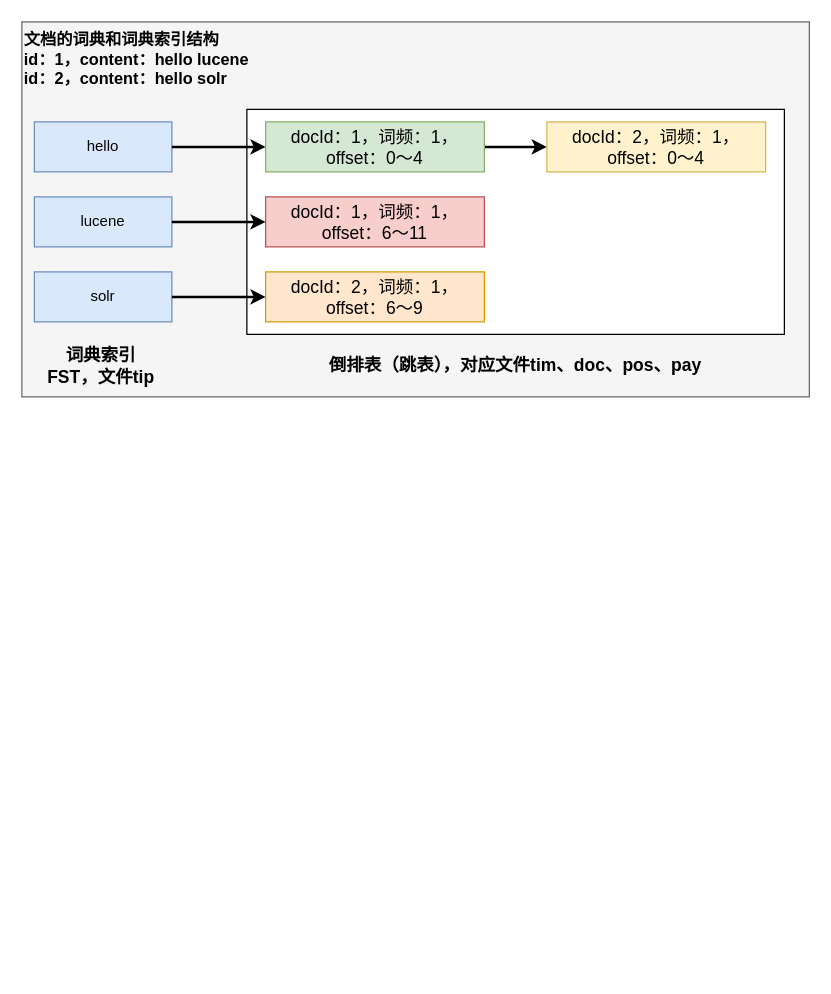
Before: Lucene.drawio in chengjungao/diagrams, a draw.io diagram. Source tidied: cells renumbered, new cells numbered last; positions are measured from the earlier drawing's top-left corner, leaving out a move shared by most shapes. Both pictures are drawn from the tidied source at 125%, with x=0, y=0 at pixel (21, 21).
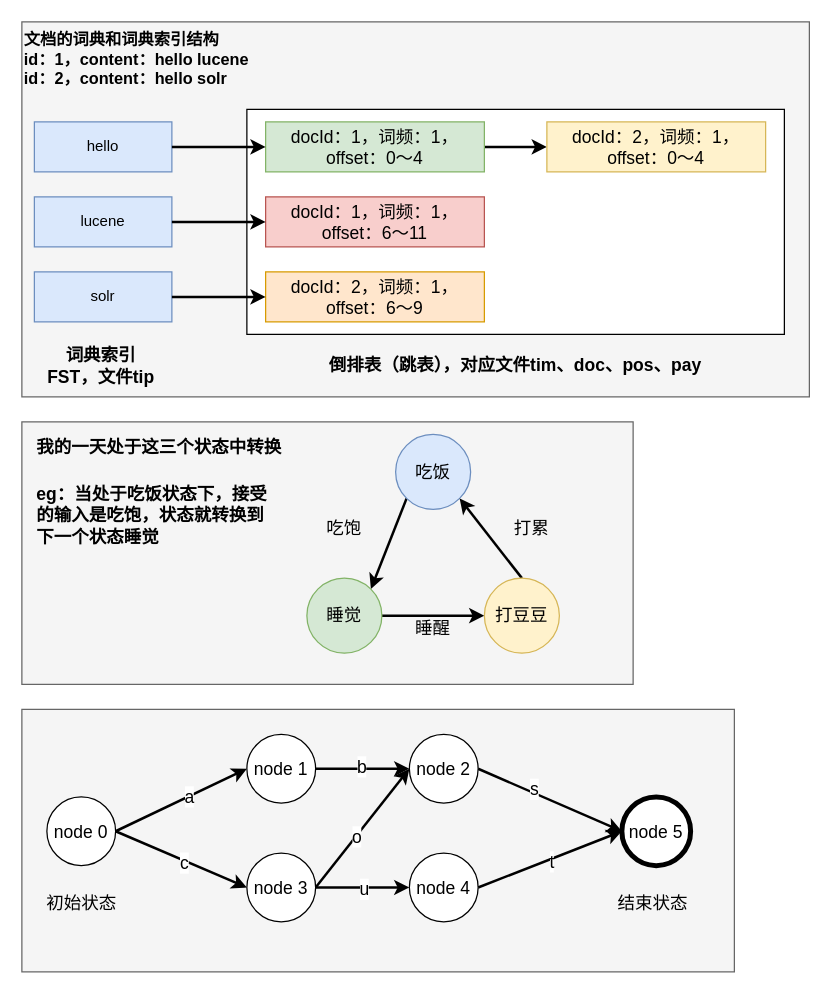
Above is the later version.

What changed in the source:
```diff
@@
+    <mxCell id="18" style="rounded=0;whiteSpace=wrap;html=1;fontSize=14;fillColor=#f5f5f5;fontColor=#333333;strokeColor=#666666;" parent="1" vertex="1">
+      <mxGeometry y="320" width="489" height="210" as="geometry" />
+    </mxCell>
@@
+    <mxCell id="19" style="rounded=0;jettySize=auto;html=1;exitX=0;exitY=1;exitDx=0;exitDy=0;entryX=1;entryY=0;entryDx=0;entryDy=0;strokeWidth=2;fontSize=14;" parent="1" edge="1" source="20" target="22">
+      <mxGeometry relative="1" as="geometry" />
+    </mxCell>
+    <mxCell id="20" value="吃饭" style="ellipse;whiteSpace=wrap;html=1;fontSize=14;fillColor=#dae8fc;strokeColor=#6c8ebf;" parent="1" vertex="1">
+      <mxGeometry x="299" y="330" width="60" height="60" as="geometry" />
+    </mxCell>
+    <mxCell id="21" style="edgeStyle=none;rounded=0;jettySize=auto;html=1;entryX=0;entryY=0.5;entryDx=0;entryDy=0;strokeWidth=2;fontSize=14;" parent="1" edge="1" source="22" target="24">
+      <mxGeometry relative="1" as="geometry" />
+    </mxCell>
+    <mxCell id="22" value="睡觉" style="ellipse;whiteSpace=wrap;html=1;fontSize=14;fillColor=#d5e8d4;strokeColor=#82b366;" parent="1" vertex="1">
+      <mxGeometry x="228" y="445" width="60" height="60" as="geometry" />
+    </mxCell>
+    <mxCell id="23" style="edgeStyle=none;rounded=0;jettySize=auto;html=1;exitX=0.5;exitY=0;exitDx=0;exitDy=0;entryX=1;entryY=1;entryDx=0;entryDy=0;strokeWidth=2;fontSize=14;" parent="1" edge="1" source="24" target="20">
+      <mxGeometry relative="1" as="geometry" />
+    </mxCell>
+    <mxCell id="24" value="打豆豆" style="ellipse;whiteSpace=wrap;html=1;fontSize=14;fillColor=#fff2cc;strokeColor=#d6b656;" parent="1" vertex="1">
+      <mxGeometry x="370" y="445" width="60" height="60" as="geometry" />
+    </mxCell>
+    <mxCell id="25" value="吃饱" style="text;html=1;strokeColor=none;fillColor=none;align=center;verticalAlign=middle;whiteSpace=wrap;rounded=0;fontSize=14;" parent="1" vertex="1">
+      <mxGeometry x="228" y="390" width="60" height="30" as="geometry" />
+    </mxCell>
+    <mxCell id="26" value="睡醒" style="text;html=1;strokeColor=none;fillColor=none;align=center;verticalAlign=middle;whiteSpace=wrap;rounded=0;fontSize=14;" parent="1" vertex="1">
+      <mxGeometry x="299" y="470" width="60" height="30" as="geometry" />
+    </mxCell>
+    <mxCell id="27" value="打累" style="text;html=1;strokeColor=none;fillColor=none;align=center;verticalAlign=middle;whiteSpace=wrap;rounded=0;fontSize=14;" parent="1" vertex="1">
+      <mxGeometry x="378" y="390" width="60" height="30" as="geometry" />
+    </mxCell>
+    <mxCell id="28" value="&lt;b&gt;我的一天处于这三个状态中转换&lt;br&gt;&lt;/b&gt;" style="text;html=1;strokeColor=none;fillColor=none;align=left;verticalAlign=middle;whiteSpace=wrap;rounded=0;fontSize=14;" parent="1" vertex="1">
+      <mxGeometry x="10" y="320" width="220" height="40" as="geometry" />
+    </mxCell>
+    <mxCell id="29" value="&lt;b style=&quot;&quot;&gt;eg：当处于吃饭状态下，接受的输入是吃饱，状态就转换到下一个状态睡觉&lt;/b&gt;" style="text;html=1;strokeColor=none;fillColor=none;align=left;verticalAlign=middle;whiteSpace=wrap;rounded=0;fontSize=14;" parent="1" vertex="1">
+      <mxGeometry x="10" y="370" width="190" height="50" as="geometry" />
+    </mxCell>
+    <mxCell id="30" style="rounded=0;whiteSpace=wrap;html=1;fontSize=14;fillColor=#f5f5f5;fontColor=#333333;strokeColor=#666666;" parent="1" vertex="1">
+      <mxGeometry y="550" width="570" height="210" as="geometry" />
+    </mxCell>
+    <mxCell id="31" style="edgeStyle=none;rounded=0;jettySize=auto;html=1;exitX=1;exitY=0.5;exitDx=0;exitDy=0;entryX=0;entryY=0.5;entryDx=0;entryDy=0;strokeWidth=2;fontSize=14;" parent="1" edge="1" source="35" target="39">
+      <mxGeometry relative="1" as="geometry" />
+    </mxCell>
+    <mxCell id="32" value="a" style="edgeLabel;html=1;align=center;verticalAlign=middle;fontSize=14;" parent="31" vertex="1">
+      <mxGeometry x="0.12" relative="1" as="geometry" />
+    </mxCell>
+    <mxCell id="33" style="edgeStyle=none;rounded=0;jettySize=auto;html=1;exitX=1;exitY=0.5;exitDx=0;exitDy=0;entryX=0;entryY=0.5;entryDx=0;entryDy=0;strokeWidth=2;fontSize=14;" parent="1" edge="1" source="35" target="44">
+      <mxGeometry relative="1" as="geometry" />
+    </mxCell>
+    <mxCell id="34" value="c" style="edgeLabel;html=1;align=center;verticalAlign=middle;fontSize=14;" parent="33" vertex="1">
+      <mxGeometry x="0.04" y="-2" relative="1" as="geometry">
+        <mxPoint x="1" as="offset" />
+      </mxGeometry>
+    </mxCell>
+    <mxCell id="35" value="node 0" style="ellipse;whiteSpace=wrap;html=1;fontSize=14;" parent="1" vertex="1">
+      <mxGeometry x="20" y="620" width="55" height="55" as="geometry" />
+    </mxCell>
+    <mxCell id="36" value="初始状态" style="text;html=1;strokeColor=none;fillColor=none;align=center;verticalAlign=middle;whiteSpace=wrap;rounded=0;fontSize=14;" parent="1" vertex="1">
+      <mxGeometry x="17.5" y="690" width="60" height="30" as="geometry" />
+    </mxCell>
+    <mxCell id="37" style="edgeStyle=none;rounded=0;jettySize=auto;html=1;exitX=1;exitY=0.5;exitDx=0;exitDy=0;strokeWidth=2;fontSize=14;" parent="1" edge="1" source="39" target="47">
+      <mxGeometry relative="1" as="geometry" />
+    </mxCell>
+    <mxCell id="38" value="b" style="edgeLabel;html=1;align=center;verticalAlign=middle;fontSize=14;" parent="37" vertex="1">
+      <mxGeometry x="-0.04" y="2" relative="1" as="geometry" />
+    </mxCell>
+    <mxCell id="39" value="node 1" style="ellipse;whiteSpace=wrap;html=1;fontSize=14;" parent="1" vertex="1">
+      <mxGeometry x="180" y="570" width="55" height="55" as="geometry" />
+    </mxCell>
+    <mxCell id="40" style="edgeStyle=none;rounded=0;jettySize=auto;html=1;exitX=1;exitY=0.5;exitDx=0;exitDy=0;entryX=0;entryY=0.5;entryDx=0;entryDy=0;strokeWidth=2;fontSize=14;" parent="1" edge="1" source="44" target="47">
+      <mxGeometry relative="1" as="geometry" />
+    </mxCell>
+    <mxCell id="41" value="o" style="edgeLabel;html=1;align=center;verticalAlign=middle;fontSize=14;" parent="40" vertex="1">
+      <mxGeometry x="-0.13" relative="1" as="geometry">
+        <mxPoint y="1" as="offset" />
+      </mxGeometry>
+    </mxCell>
+    <mxCell id="42" style="edgeStyle=none;rounded=0;jettySize=auto;html=1;exitX=1;exitY=0.5;exitDx=0;exitDy=0;strokeWidth=2;fontSize=14;" parent="1" edge="1" source="44" target="50">
+      <mxGeometry relative="1" as="geometry" />
+    </mxCell>
+    <mxCell id="43" value="u" style="edgeLabel;html=1;align=center;verticalAlign=middle;fontSize=14;" parent="42" vertex="1">
+      <mxGeometry x="0.01" y="-1" relative="1" as="geometry" />
+    </mxCell>
+    <mxCell id="44" value="node 3" style="ellipse;whiteSpace=wrap;html=1;fontSize=14;" parent="1" vertex="1">
+      <mxGeometry x="180" y="665" width="55" height="55" as="geometry" />
+    </mxCell>
+    <mxCell id="45" style="edgeStyle=none;rounded=0;jettySize=auto;html=1;exitX=1;exitY=0.5;exitDx=0;exitDy=0;entryX=0;entryY=0.5;entryDx=0;entryDy=0;strokeWidth=2;fontSize=14;" parent="1" edge="1" source="47" target="51">
+      <mxGeometry relative="1" as="geometry" />
+    </mxCell>
+    <mxCell id="46" value="s" style="edgeLabel;html=1;align=center;verticalAlign=middle;fontSize=14;" parent="45" vertex="1">
+      <mxGeometry x="-0.25" y="3" relative="1" as="geometry" />
+    </mxCell>
+    <mxCell id="47" value="node 2" style="ellipse;whiteSpace=wrap;html=1;fontSize=14;" parent="1" vertex="1">
+      <mxGeometry x="310" y="570" width="55" height="55" as="geometry" />
+    </mxCell>
+    <mxCell id="48" style="edgeStyle=none;rounded=0;jettySize=auto;html=1;exitX=1;exitY=0.5;exitDx=0;exitDy=0;entryX=0;entryY=0.5;entryDx=0;entryDy=0;strokeWidth=2;fontSize=14;" parent="1" edge="1" source="50" target="51">
+      <mxGeometry relative="1" as="geometry" />
+    </mxCell>
+    <mxCell id="49" value="t" style="edgeLabel;html=1;align=center;verticalAlign=middle;fontSize=14;" parent="48" vertex="1">
+      <mxGeometry x="0.01" y="-2" relative="1" as="geometry" />
+    </mxCell>
+    <mxCell id="50" value="node 4" style="ellipse;whiteSpace=wrap;html=1;fontSize=14;" parent="1" vertex="1">
+      <mxGeometry x="310" y="665" width="55" height="55" as="geometry" />
+    </mxCell>
+    <mxCell id="51" value="node 5" style="ellipse;whiteSpace=wrap;html=1;fontSize=14;strokeWidth=4;" parent="1" vertex="1">
+      <mxGeometry x="480" y="620" width="55" height="55" as="geometry" />
+    </mxCell>
+    <mxCell id="52" value="结束状态" style="text;html=1;strokeColor=none;fillColor=none;align=center;verticalAlign=middle;whiteSpace=wrap;rounded=0;fontSize=14;" parent="1" vertex="1">
+      <mxGeometry x="475" y="690" width="60" height="30" as="geometry" />
+    </mxCell>
```
